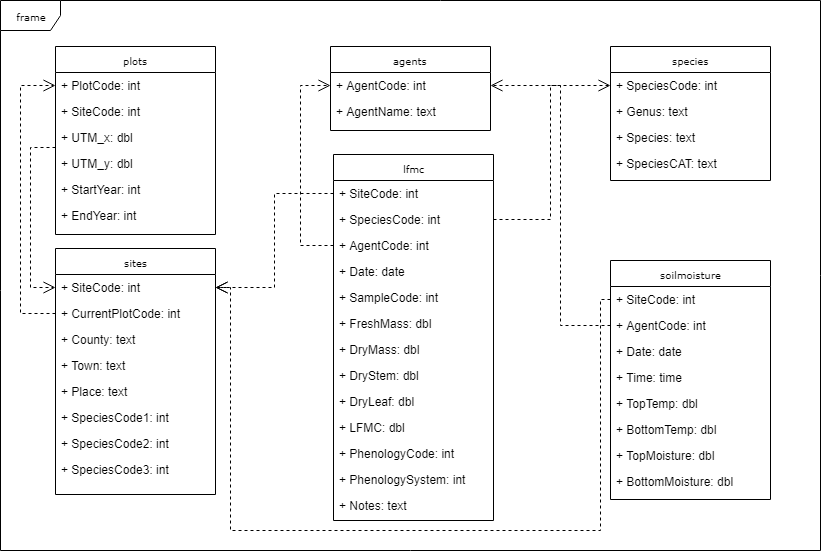
Earlier version of the draw.io export vignettes/LFMC.png (spif-ctfc/LFMC). Source tidied: cells renumbered, new cells last; positions are measured from the earlier drawing's top-left corner, leaving out a move shared by most shapes.
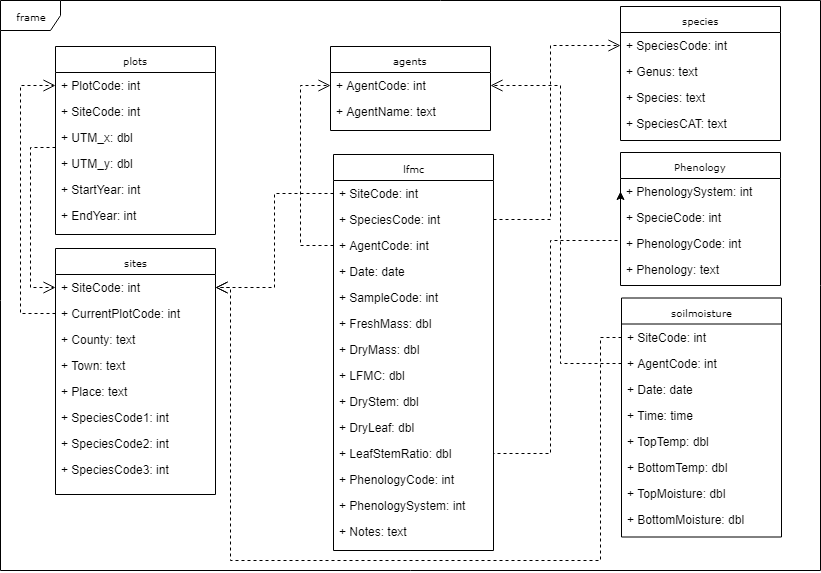
After the commit.

Commit message:
store LFMC and LeafStemRatio

The edit, as a diff of the source:
```diff
@@ -3,13 +3,13 @@
     <mxCell id="0" />
     <mxCell id="1" parent="0" />
     <mxCell id="2" value="frame" style="shape=umlFrame;whiteSpace=wrap;html=1;rounded=0;shadow=0;comic=0;labelBackgroundColor=none;strokeColor=#000000;strokeWidth=1;fillColor=#ffffff;fontFamily=Verdana;fontSize=10;fontColor=#000000;align=center;" parent="1" vertex="1">
-      <mxGeometry width="820" height="550" as="geometry" />
+      <mxGeometry width="820" height="570" as="geometry" />
     </mxCell>
     <mxCell id="3" style="edgeStyle=orthogonalEdgeStyle;rounded=0;html=1;dashed=1;labelBackgroundColor=none;startFill=0;endArrow=open;endFill=0;endSize=10;fontFamily=Verdana;fontSize=10;" parent="1" edge="1" source="5" target="22">
       <mxGeometry relative="1" as="geometry" />
     </mxCell>
     <mxCell id="4" value="lfmc" style="swimlane;html=1;fontStyle=0;horizontal=1;startSize=26;fillColor=none;swimlaneFillColor=#ffffff;rounded=0;shadow=0;comic=0;labelBackgroundColor=none;strokeColor=#000000;strokeWidth=1;fontFamily=Verdana;fontSize=10;fontColor=#000000;align=center;" parent="1" vertex="1">
-      <mxGeometry x="333" y="154" width="160" height="366" as="geometry" />
+      <mxGeometry x="333" y="154" width="160" height="396" as="geometry" />
     </mxCell>
     <mxCell id="5" value="+ SiteCode: int" style="text;html=1;strokeColor=none;fillColor=none;align=left;verticalAlign=top;spacingLeft=4;spacingRight=4;whiteSpace=wrap;overflow=hidden;points=[[0,0.5],[1,0.5]];portConstraint=eastwest;" parent="4" vertex="1">
       <mxGeometry y="26" width="160" height="26" as="geometry" />
@@ -32,23 +32,26 @@
     <mxCell id="11" value="+ DryMass: dbl" style="text;html=1;strokeColor=none;fillColor=none;align=left;verticalAlign=top;spacingLeft=4;spacingRight=4;whiteSpace=wrap;overflow=hidden;" parent="4" vertex="1">
       <mxGeometry y="182" width="160" height="26" as="geometry" />
     </mxCell>
+    <mxCell id="14" value="+ LFMC: dbl" style="text;html=1;strokeColor=none;fillColor=none;align=left;verticalAlign=top;spacingLeft=4;spacingRight=4;whiteSpace=wrap;overflow=hidden;" parent="4" vertex="1">
+      <mxGeometry y="208" width="160" height="26" as="geometry" />
+    </mxCell>
     <mxCell id="12" value="&lt;div&gt;+ DryStem: dbl&lt;br&gt;&lt;/div&gt;" style="text;html=1;strokeColor=none;fillColor=none;align=left;verticalAlign=top;spacingLeft=4;spacingRight=4;whiteSpace=wrap;overflow=hidden;" parent="4" vertex="1">
-      <mxGeometry y="208" width="160" height="26" as="geometry" />
+      <mxGeometry y="234" width="160" height="26" as="geometry" />
     </mxCell>
     <mxCell id="13" value="&lt;div&gt;+ DryLeaf: dbl&lt;br&gt;&lt;/div&gt;" style="text;html=1;strokeColor=none;fillColor=none;align=left;verticalAlign=top;spacingLeft=4;spacingRight=4;whiteSpace=wrap;overflow=hidden;" parent="4" vertex="1">
-      <mxGeometry y="234" width="160" height="26" as="geometry" />
+      <mxGeometry y="260" width="160" height="26" as="geometry" />
     </mxCell>
-    <mxCell id="14" value="+ LFMC: dbl" style="text;html=1;strokeColor=none;fillColor=none;align=left;verticalAlign=top;spacingLeft=4;spacingRight=4;whiteSpace=wrap;overflow=hidden;" parent="4" vertex="1">
-      <mxGeometry y="260" width="160" height="26" as="geometry" />
-    </mxCell>
+    <mxCell id="57" value="&lt;div&gt;+ LeafStemRatio: dbl&lt;br&gt;&lt;/div&gt;" style="text;html=1;strokeColor=none;fillColor=none;align=left;verticalAlign=top;spacingLeft=4;spacingRight=4;whiteSpace=wrap;overflow=hidden;" parent="4" vertex="1">
+      <mxGeometry y="286" width="160" height="26" as="geometry" />
+    </mxCell>
     <mxCell id="15" value="&lt;div&gt;+ PhenologyCode: int&lt;br&gt;&lt;/div&gt;&amp;nbsp;" style="text;html=1;strokeColor=none;fillColor=none;align=left;verticalAlign=top;spacingLeft=4;spacingRight=4;whiteSpace=wrap;overflow=hidden;points=[[0,0.5],[1,0.5]];portConstraint=eastwest;" parent="4" vertex="1">
-      <mxGeometry y="286" width="160" height="26" as="geometry" />
+      <mxGeometry y="312" width="160" height="26" as="geometry" />
     </mxCell>
     <mxCell id="16" value="&lt;div&gt;+ PhenologySystem: int&lt;br&gt;&lt;/div&gt;&amp;nbsp;" style="text;html=1;strokeColor=none;fillColor=none;align=left;verticalAlign=top;spacingLeft=4;spacingRight=4;whiteSpace=wrap;overflow=hidden;" parent="4" vertex="1">
-      <mxGeometry y="312" width="160" height="26" as="geometry" />
+      <mxGeometry y="338" width="160" height="26" as="geometry" />
     </mxCell>
     <mxCell id="17" value="&lt;div&gt;+ Notes: text&lt;br&gt;&lt;/div&gt;&amp;nbsp;" style="text;html=1;strokeColor=none;fillColor=none;align=left;verticalAlign=top;spacingLeft=4;spacingRight=4;whiteSpace=wrap;overflow=hidden;" parent="4" vertex="1">
-      <mxGeometry y="338" width="160" height="26" as="geometry" />
+      <mxGeometry y="364" width="160" height="26" as="geometry" />
     </mxCell>
     <mxCell id="18" value="agents" style="swimlane;html=1;fontStyle=0;horizontal=1;startSize=26;fillColor=none;swimlaneFillColor=#ffffff;rounded=0;shadow=0;comic=0;labelBackgroundColor=none;strokeColor=#000000;strokeWidth=1;fontFamily=Verdana;fontSize=10;fontColor=#000000;align=center;" parent="1" vertex="1">
       <mxGeometry x="330" y="46" width="160" height="84" as="geometry" />
@@ -84,7 +87,7 @@
       <mxGeometry y="182" width="160" height="26" as="geometry" />
     </mxCell>
     <mxCell id="29" value="species" style="swimlane;html=1;fontStyle=0;horizontal=1;startSize=26;fillColor=none;swimlaneFillColor=#ffffff;rounded=0;shadow=0;comic=0;labelBackgroundColor=none;strokeColor=#000000;strokeWidth=1;fontFamily=Verdana;fontSize=10;fontColor=#000000;align=center;" parent="1" vertex="1">
-      <mxGeometry x="610" y="46" width="160" height="134" as="geometry" />
+      <mxGeometry x="620" y="6" width="160" height="134" as="geometry" />
     </mxCell>
     <mxCell id="30" value="+ SpeciesCode: int" style="text;html=1;strokeColor=none;fillColor=none;align=left;verticalAlign=top;spacingLeft=4;spacingRight=4;whiteSpace=wrap;overflow=hidden;points=[[0,0.5],[1,0.5]];portConstraint=eastwest;" parent="29" vertex="1">
       <mxGeometry y="26" width="160" height="26" as="geometry" />
@@ -147,7 +150,7 @@
       <mxGeometry relative="1" as="geometry">
         <Array as="points">
           <mxPoint x="550" y="219" />
-          <mxPoint x="550" y="85" />
+          <mxPoint x="550" y="45" />
         </Array>
       </mxGeometry>
     </mxCell>
@@ -155,7 +158,7 @@
       <mxGeometry x="55" y="456" width="160" height="26" as="geometry" />
     </mxCell>
     <mxCell id="46" value="soilmoisture" style="swimlane;html=1;fontStyle=0;horizontal=1;startSize=26;fillColor=none;swimlaneFillColor=#ffffff;rounded=0;shadow=0;comic=0;labelBackgroundColor=none;strokeColor=#000000;strokeWidth=1;fontFamily=Verdana;fontSize=10;fontColor=#000000;align=center;" parent="1" vertex="1">
-      <mxGeometry x="610" y="260" width="160" height="239" as="geometry" />
+      <mxGeometry x="621" y="297.5" width="160" height="239" as="geometry" />
     </mxCell>
     <mxCell id="47" value="+ SiteCode: int" style="text;html=1;strokeColor=none;fillColor=none;align=left;verticalAlign=top;spacingLeft=4;spacingRight=4;whiteSpace=wrap;overflow=hidden;points=[[0,0.5],[1,0.5]];portConstraint=eastwest;" parent="46" vertex="1">
       <mxGeometry y="26" width="160" height="26" as="geometry" />
@@ -184,9 +187,9 @@
     <mxCell id="55" style="edgeStyle=orthogonalEdgeStyle;rounded=0;html=1;dashed=1;labelBackgroundColor=none;startFill=0;endArrow=open;endFill=0;endSize=10;fontFamily=Verdana;fontSize=10;exitX=0;exitY=0.5;exitDx=0;exitDy=0;entryX=1;entryY=0.5;entryDx=0;entryDy=0;" parent="1" edge="1" source="47" target="22">
       <mxGeometry relative="1" as="geometry">
         <Array as="points">
-          <mxPoint x="600" y="299" />
-          <mxPoint x="600" y="530" />
-          <mxPoint x="230" y="530" />
+          <mxPoint x="600" y="337" />
+          <mxPoint x="600" y="560" />
+          <mxPoint x="230" y="560" />
           <mxPoint x="230" y="287" />
         </Array>
       </mxGeometry>
@@ -194,10 +197,34 @@
     <mxCell id="56" style="edgeStyle=orthogonalEdgeStyle;rounded=0;html=1;dashed=1;labelBackgroundColor=none;startFill=0;endArrow=open;endFill=0;endSize=10;fontFamily=Verdana;fontSize=10;exitX=0;exitY=0.5;exitDx=0;exitDy=0;entryX=1;entryY=0.5;entryDx=0;entryDy=0;" parent="1" edge="1" source="48" target="19">
       <mxGeometry relative="1" as="geometry">
         <Array as="points">
-          <mxPoint x="560" y="325" />
+          <mxPoint x="560" y="363" />
           <mxPoint x="560" y="85" />
         </Array>
       </mxGeometry>
     </mxCell>
+    <mxCell id="58" value="Phenology" style="swimlane;html=1;fontStyle=0;horizontal=1;startSize=26;fillColor=none;swimlaneFillColor=#ffffff;rounded=0;shadow=0;comic=0;labelBackgroundColor=none;strokeColor=#000000;strokeWidth=1;fontFamily=Verdana;fontSize=10;fontColor=#000000;align=center;" parent="1" vertex="1">
+      <mxGeometry x="620" y="152" width="160" height="133" as="geometry" />
+    </mxCell>
+    <mxCell id="59" value="&lt;div&gt;+ PhenologySystem: int&lt;/div&gt;&lt;div&gt;&lt;br&gt;&lt;/div&gt;" style="text;html=1;strokeColor=none;fillColor=none;align=left;verticalAlign=top;spacingLeft=4;spacingRight=4;whiteSpace=wrap;overflow=hidden;points=[[0,0.5],[1,0.5]];portConstraint=eastwest;" parent="58" vertex="1">
+      <mxGeometry y="26" width="160" height="26" as="geometry" />
+    </mxCell>
+    <mxCell id="60" value="+ SpecieCode: int" style="text;html=1;strokeColor=none;fillColor=none;align=left;verticalAlign=top;spacingLeft=4;spacingRight=4;whiteSpace=wrap;overflow=hidden;" parent="58" vertex="1">
+      <mxGeometry y="52" width="160" height="26" as="geometry" />
+    </mxCell>
+    <mxCell id="61" value="+ PhenologyCode: int" style="text;html=1;strokeColor=none;fillColor=none;align=left;verticalAlign=top;spacingLeft=4;spacingRight=4;whiteSpace=wrap;overflow=hidden;" parent="58" vertex="1">
+      <mxGeometry y="78" width="160" height="26" as="geometry" />
+    </mxCell>
+    <mxCell id="62" value="+ Phenology: text" style="text;html=1;strokeColor=none;fillColor=none;align=left;verticalAlign=top;spacingLeft=4;spacingRight=4;whiteSpace=wrap;overflow=hidden;" parent="58" vertex="1">
+      <mxGeometry y="104" width="160" height="26" as="geometry" />
+    </mxCell>
+    <mxCell id="63" style="edgeStyle=orthogonalEdgeStyle;rounded=0;jettySize=auto;html=1;entryX=0;entryY=0.5;entryDx=0;entryDy=0;dashed=1;exitX=1;exitY=0.5;exitDx=0;exitDy=0;" parent="1" edge="1" source="15" target="59">
+      <mxGeometry relative="1" as="geometry">
+        <Array as="points">
+          <mxPoint x="550" y="453" />
+          <mxPoint x="550" y="240" />
+          <mxPoint x="620" y="240" />
+        </Array>
+      </mxGeometry>
+    </mxCell>
   </root>
 </mxGraphModel>
```
